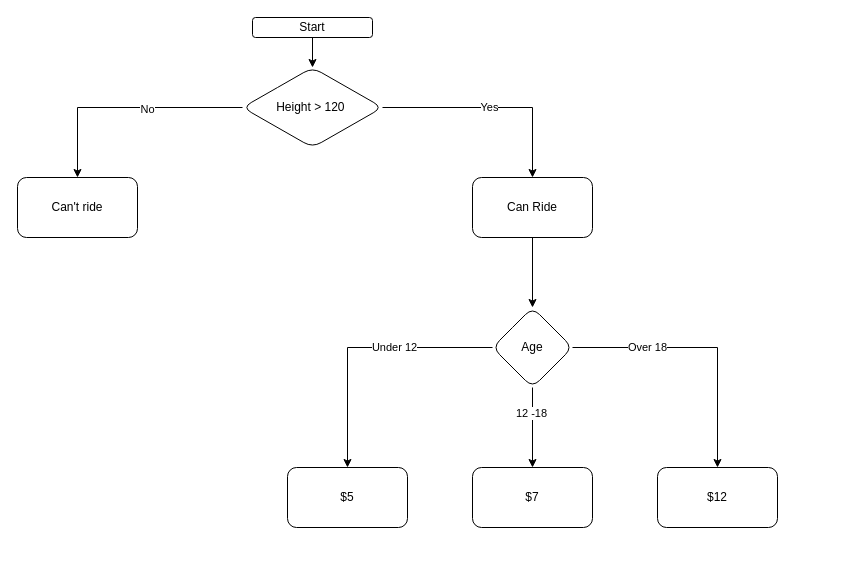
This is Untitled Diagram.drawio from hespent/rake-fun, a draw.io file, before an edit. Source tidied: cells renumbered, new cells numbered last; positions are measured from the earlier drawing's top-left corner, leaving out a move shared by most shapes. Both pictures are drawn from the tidied source at 100%, with x=0, y=0 at pixel (17, 17).
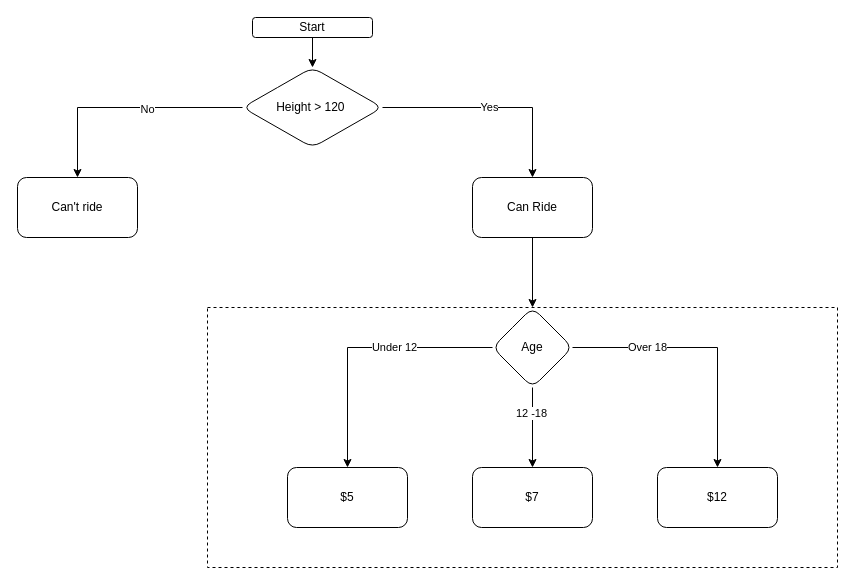
The same diagram, later.

Commit message:
Added Box around nest

The edit, as a diff of the source:
```diff
@@
+    <mxCell id="22" style="rounded=0;whiteSpace=wrap;html=1;fillColor=none;dashed=1;" parent="1" vertex="1">
+      <mxGeometry x="190" y="290" width="630" height="260" as="geometry" />
+    </mxCell>
```
